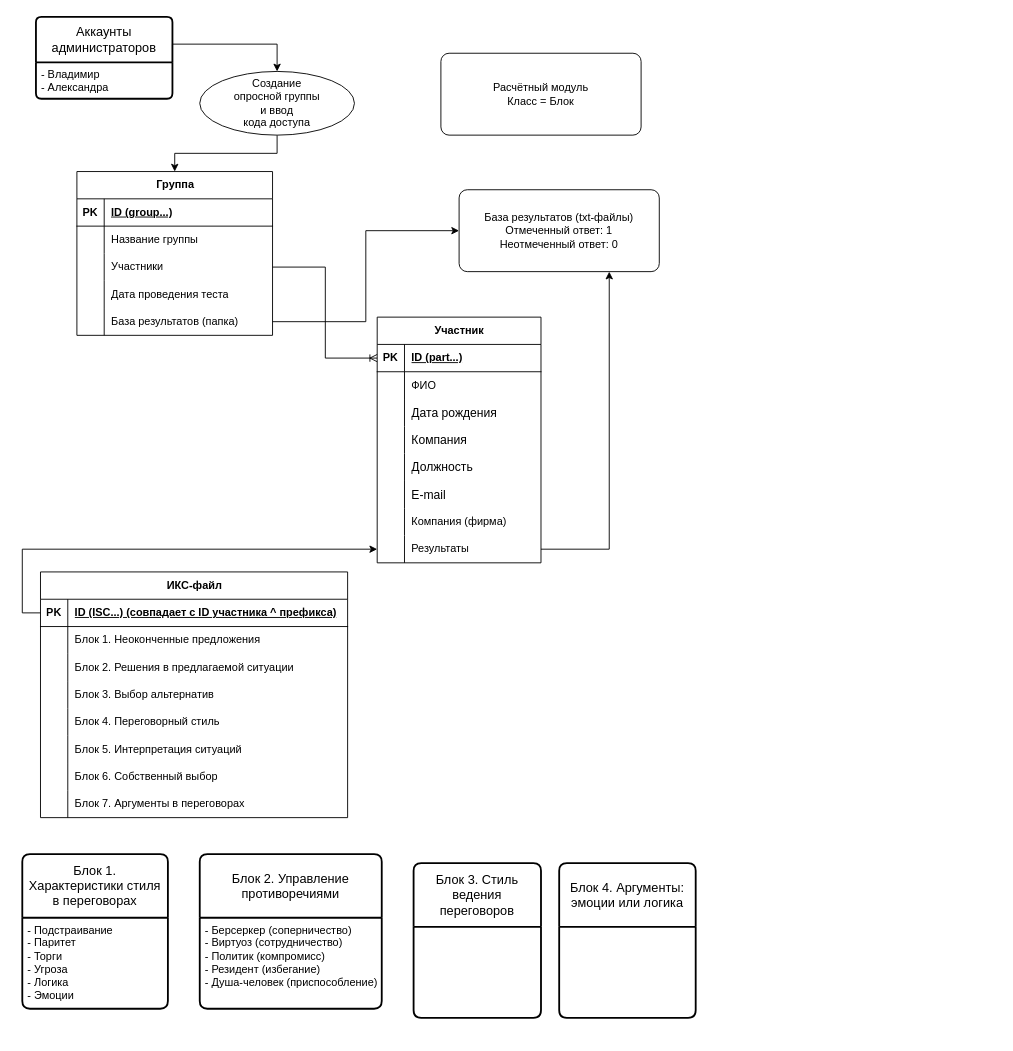
The draw.io diagram ИКС-файл.drawio in apakufai/ISeC_workfiles, before the edit. Source tidied: cells renumbered, new cells numbered last; positions are measured from the earlier drawing's top-left corner, leaving out a move shared by most shapes. Both pictures are drawn from the tidied source at 91%, with x=0, y=0 at pixel (22, 16).
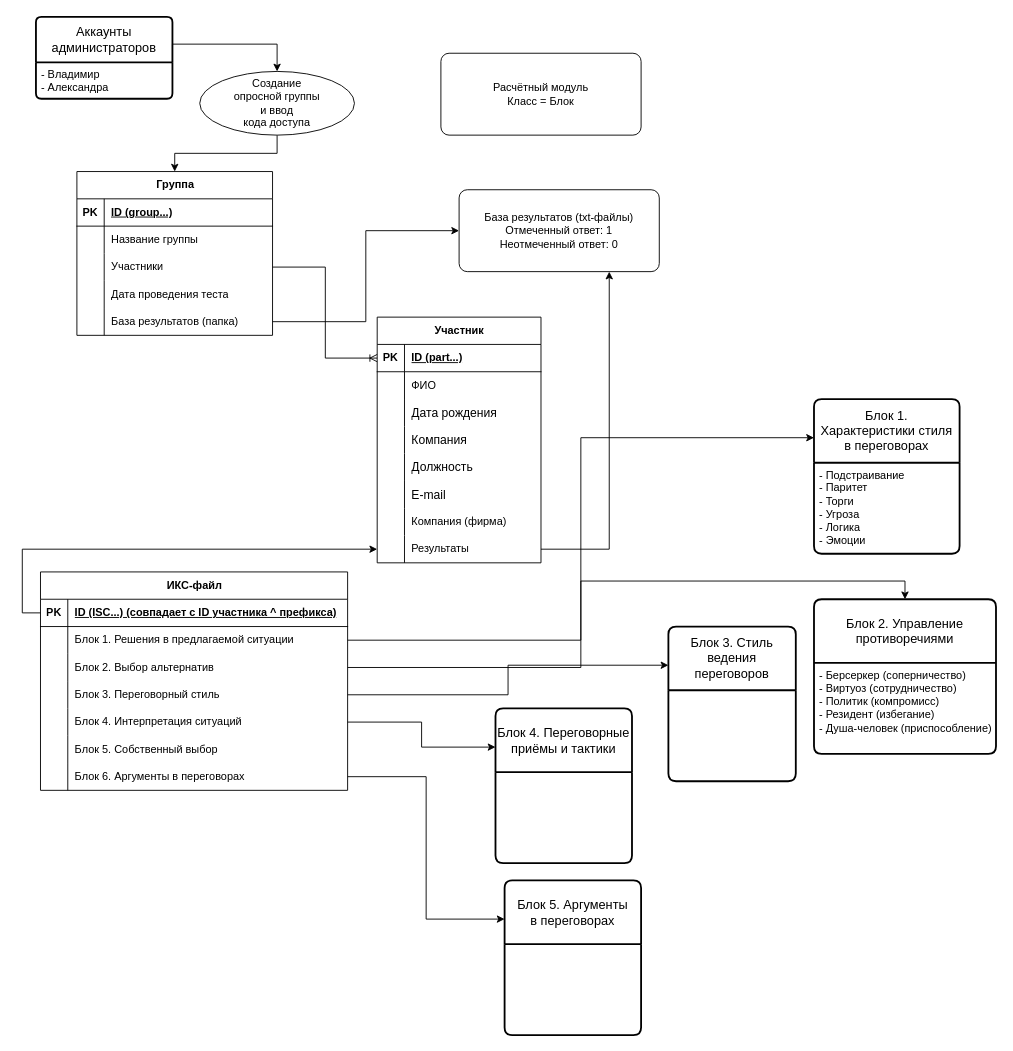
The same diagram, later.

The edit, as a diff of the source:
```diff
@@
     <mxCell id="20" value="Блок 1.&lt;div&gt;Характеристики стиля&lt;/div&gt;&lt;div&gt;в переговорах&lt;/div&gt;" style="swimlane;horizontal=1;startSize=70;rounded=1;fontSize=14;fontStyle=0;strokeWidth=2;shadow=0;dashed=0;align=center;arcSize=4;whiteSpace=wrap;html=1;" parent="1" vertex="1">
-      <mxGeometry y="920" width="160" height="170" as="geometry" />
+      <mxGeometry x="870" y="420" width="160" height="170" as="geometry" />
     </mxCell>
@@
     <mxCell id="26" value="ИКС-файл" style="shape=table;startSize=30;childLayout=tableLayout;rowLines=0;fontStyle=1;align=center;html=1;" parent="1" vertex="1">
-      <mxGeometry x="20" y="610" width="337.5" height="270" as="geometry" />
+      <mxGeometry x="20" y="610" width="337.5" height="240" as="geometry" />
     </mxCell>
@@
-    <mxCell id="30" style="shape=tableRow;horizontal=0;startSize=0;swimlaneHead=0;swimlaneBody=0;fillColor=none;top=0;left=0;right=0;bottom=0;" parent="26" vertex="1">
-      <mxGeometry y="60" width="337.5" height="30" as="geometry" />
-    </mxCell>
-    <mxCell id="31" style="shape=partialRectangle;fillColor=none;top=0;left=0;bottom=0;right=0;overflow=hidden;whiteSpace=wrap;html=1;" parent="30" vertex="1">
-      <mxGeometry width="30" height="30" as="geometry" />
-    </mxCell>
-    <mxCell id="32" value="Блок 1. Неоконченные предложения" style="shape=partialRectangle;fillColor=none;top=0;left=0;bottom=0;right=0;align=left;spacingLeft=6;overflow=hidden;whiteSpace=wrap;html=1;" parent="30" vertex="1">
-      <mxGeometry x="30" width="307.5" height="30" as="geometry" />
-    </mxCell>
     <mxCell id="33" style="shape=tableRow;horizontal=0;startSize=0;swimlaneHead=0;swimlaneBody=0;fillColor=none;points=[[0,0.5],[1,0.5]];portConstraint=eastwest;top=0;left=0;right=0;bottom=0;" parent="26" vertex="1">
-      <mxGeometry y="90" width="337.5" height="30" as="geometry" />
+      <mxGeometry y="60" width="337.5" height="30" as="geometry" />
     </mxCell>
@@
-    <mxCell id="35" value="Блок 2. Решения в предлагаемой ситуации" style="shape=partialRectangle;fillColor=none;top=0;left=0;bottom=0;right=0;align=left;spacingLeft=6;overflow=hidden;whiteSpace=wrap;html=1;" parent="33" vertex="1">
+    <mxCell id="35" value="Блок 1. Решения в предлагаемой ситуации" style="shape=partialRectangle;fillColor=none;top=0;left=0;bottom=0;right=0;align=left;spacingLeft=6;overflow=hidden;whiteSpace=wrap;html=1;" parent="33" vertex="1">
       <mxGeometry x="30" width="307.5" height="30" as="geometry" />
     </mxCell>
     <mxCell id="36" style="shape=tableRow;horizontal=0;startSize=0;swimlaneHead=0;swimlaneBody=0;fillColor=none;points=[[0,0.5],[1,0.5]];portConstraint=eastwest;top=0;left=0;right=0;bottom=0;" parent="26" vertex="1">
-      <mxGeometry y="120" width="337.5" height="30" as="geometry" />
+      <mxGeometry y="90" width="337.5" height="30" as="geometry" />
     </mxCell>
@@
-    <mxCell id="38" value="Блок 3. Выбор альтернатив" style="shape=partialRectangle;fillColor=none;top=0;left=0;bottom=0;right=0;align=left;spacingLeft=6;overflow=hidden;whiteSpace=wrap;html=1;" parent="36" vertex="1">
+    <mxCell id="38" value="Блок 2. Выбор альтернатив" style="shape=partialRectangle;fillColor=none;top=0;left=0;bottom=0;right=0;align=left;spacingLeft=6;overflow=hidden;whiteSpace=wrap;html=1;" parent="36" vertex="1">
       <mxGeometry x="30" width="307.5" height="30" as="geometry" />
     </mxCell>
     <mxCell id="39" style="shape=tableRow;horizontal=0;startSize=0;swimlaneHead=0;swimlaneBody=0;fillColor=none;points=[[0,0.5],[1,0.5]];portConstraint=eastwest;top=0;left=0;right=0;bottom=0;" parent="26" vertex="1">
-      <mxGeometry y="150" width="337.5" height="30" as="geometry" />
+      <mxGeometry y="120" width="337.5" height="30" as="geometry" />
     </mxCell>
@@
-    <mxCell id="41" value="Блок 4. Переговорный стиль" style="shape=partialRectangle;fillColor=none;top=0;left=0;bottom=0;right=0;align=left;spacingLeft=6;overflow=hidden;whiteSpace=wrap;html=1;" parent="39" vertex="1">
+    <mxCell id="41" value="Блок 3. Переговорный стиль" style="shape=partialRectangle;fillColor=none;top=0;left=0;bottom=0;right=0;align=left;spacingLeft=6;overflow=hidden;whiteSpace=wrap;html=1;" parent="39" vertex="1">
       <mxGeometry x="30" width="307.5" height="30" as="geometry" />
     </mxCell>
     <mxCell id="42" style="shape=tableRow;horizontal=0;startSize=0;swimlaneHead=0;swimlaneBody=0;fillColor=none;points=[[0,0.5],[1,0.5]];portConstraint=eastwest;top=0;left=0;right=0;bottom=0;" parent="26" vertex="1">
-      <mxGeometry y="180" width="337.5" height="30" as="geometry" />
+      <mxGeometry y="150" width="337.5" height="30" as="geometry" />
     </mxCell>
@@
-    <mxCell id="44" value="Блок 5. Интерпретация ситуаций" style="shape=partialRectangle;fillColor=none;top=0;left=0;bottom=0;right=0;align=left;spacingLeft=6;overflow=hidden;whiteSpace=wrap;html=1;" parent="42" vertex="1">
+    <mxCell id="44" value="Блок 4. Интерпретация ситуаций" style="shape=partialRectangle;fillColor=none;top=0;left=0;bottom=0;right=0;align=left;spacingLeft=6;overflow=hidden;whiteSpace=wrap;html=1;" parent="42" vertex="1">
       <mxGeometry x="30" width="307.5" height="30" as="geometry" />
     </mxCell>
     <mxCell id="45" style="shape=tableRow;horizontal=0;startSize=0;swimlaneHead=0;swimlaneBody=0;fillColor=none;top=0;left=0;right=0;bottom=0;" parent="26" vertex="1">
-      <mxGeometry y="210" width="337.5" height="30" as="geometry" />
+      <mxGeometry y="180" width="337.5" height="30" as="geometry" />
     </mxCell>
@@
-    <mxCell id="47" value="Блок 6. Собственный выбор" style="shape=partialRectangle;fillColor=none;top=0;left=0;bottom=0;right=0;align=left;spacingLeft=6;overflow=hidden;whiteSpace=wrap;html=1;" parent="45" vertex="1">
+    <mxCell id="47" value="Блок 5. Собственный выбор" style="shape=partialRectangle;fillColor=none;top=0;left=0;bottom=0;right=0;align=left;spacingLeft=6;overflow=hidden;whiteSpace=wrap;html=1;" parent="45" vertex="1">
       <mxGeometry x="30" width="307.5" height="30" as="geometry" />
     </mxCell>
     <mxCell id="48" style="shape=tableRow;horizontal=0;startSize=0;swimlaneHead=0;swimlaneBody=0;fillColor=none;points=[[0,0.5],[1,0.5]];portConstraint=eastwest;top=0;left=0;right=0;bottom=0;" parent="26" vertex="1">
-      <mxGeometry y="240" width="337.5" height="30" as="geometry" />
+      <mxGeometry y="210" width="337.5" height="30" as="geometry" />
     </mxCell>
@@
-    <mxCell id="50" value="Блок 7. Аргументы в переговорах" style="shape=partialRectangle;fillColor=none;top=0;left=0;bottom=0;right=0;align=left;spacingLeft=6;overflow=hidden;whiteSpace=wrap;html=1;" parent="48" vertex="1">
+    <mxCell id="50" value="Блок 6. Аргументы в переговорах" style="shape=partialRectangle;fillColor=none;top=0;left=0;bottom=0;right=0;align=left;spacingLeft=6;overflow=hidden;whiteSpace=wrap;html=1;" parent="48" vertex="1">
       <mxGeometry x="30" width="307.5" height="30" as="geometry" />
     </mxCell>
     <mxCell id="51" value="Блок 2. Управление противоречиями" style="swimlane;horizontal=1;startSize=70;rounded=1;fontSize=14;fontStyle=0;strokeWidth=2;shadow=0;dashed=0;align=center;arcSize=4;whiteSpace=wrap;html=1;" parent="1" vertex="1">
-      <mxGeometry x="195" y="920" width="200" height="170" as="geometry" />
+      <mxGeometry x="870" y="640" width="200" height="170" as="geometry" />
     </mxCell>
@@
     <mxCell id="53" value="Блок 3. Стиль ведения переговоров" style="swimlane;horizontal=1;startSize=70;rounded=1;fontSize=14;fontStyle=0;strokeWidth=2;shadow=0;dashed=0;align=center;arcSize=4;whiteSpace=wrap;html=1;" parent="1" vertex="1">
-      <mxGeometry x="430" y="930" width="140" height="170" as="geometry" />
+      <mxGeometry x="710" y="670" width="140" height="170" as="geometry" />
     </mxCell>
-    <mxCell id="54" value="Блок 4. Аргументы:&lt;div&gt;эмоции или логика&lt;/div&gt;" style="swimlane;horizontal=1;startSize=70;rounded=1;fontSize=14;fontStyle=0;strokeWidth=2;shadow=0;dashed=0;align=center;arcSize=4;whiteSpace=wrap;html=1;" parent="1" vertex="1">
-      <mxGeometry x="590" y="930" width="150" height="170" as="geometry" />
+    <mxCell id="54" value="Блок 4. Переговорные приёмы и тактики" style="swimlane;horizontal=1;startSize=70;rounded=1;fontSize=14;fontStyle=0;strokeWidth=2;shadow=0;dashed=0;align=center;arcSize=4;whiteSpace=wrap;html=1;" parent="1" vertex="1">
+      <mxGeometry x="520" y="760" width="150" height="170" as="geometry" />
     </mxCell>
@@
+    <mxCell id="85" style="edgeStyle=orthogonalEdgeStyle;rounded=0;jettySize=auto;html=1;exitX=1;exitY=0.5;exitDx=0;exitDy=0;entryX=0;entryY=0.25;entryDx=0;entryDy=0;" parent="1" edge="1" source="33" target="20">
+      <mxGeometry relative="1" as="geometry" />
+    </mxCell>
+    <mxCell id="86" style="edgeStyle=orthogonalEdgeStyle;rounded=0;jettySize=auto;html=1;exitX=1;exitY=0.5;exitDx=0;exitDy=0;entryX=0.5;entryY=0;entryDx=0;entryDy=0;" parent="1" edge="1" source="36" target="51">
+      <mxGeometry relative="1" as="geometry" />
+    </mxCell>
+    <mxCell id="87" style="edgeStyle=orthogonalEdgeStyle;rounded=0;jettySize=auto;html=1;exitX=1;exitY=0.5;exitDx=0;exitDy=0;entryX=0;entryY=0.25;entryDx=0;entryDy=0;" parent="1" edge="1" source="39" target="53">
+      <mxGeometry relative="1" as="geometry" />
+    </mxCell>
+    <mxCell id="88" value="Блок 5. Аргументы&lt;div&gt;в переговорах&lt;/div&gt;" style="swimlane;horizontal=1;startSize=70;rounded=1;fontSize=14;fontStyle=0;strokeWidth=2;shadow=0;dashed=0;align=center;arcSize=4;whiteSpace=wrap;html=1;" parent="1" vertex="1">
+      <mxGeometry x="530" y="949" width="150" height="170" as="geometry" />
+    </mxCell>
+    <mxCell id="89" style="edgeStyle=orthogonalEdgeStyle;rounded=0;jettySize=auto;html=1;entryX=0;entryY=0.25;entryDx=0;entryDy=0;" parent="1" edge="1" source="42" target="54">
+      <mxGeometry relative="1" as="geometry" />
+    </mxCell>
+    <mxCell id="90" style="edgeStyle=orthogonalEdgeStyle;rounded=0;jettySize=auto;html=1;exitX=1;exitY=0.5;exitDx=0;exitDy=0;entryX=0;entryY=0.25;entryDx=0;entryDy=0;" parent="1" edge="1" source="48" target="88">
+      <mxGeometry relative="1" as="geometry" />
+    </mxCell>
```
